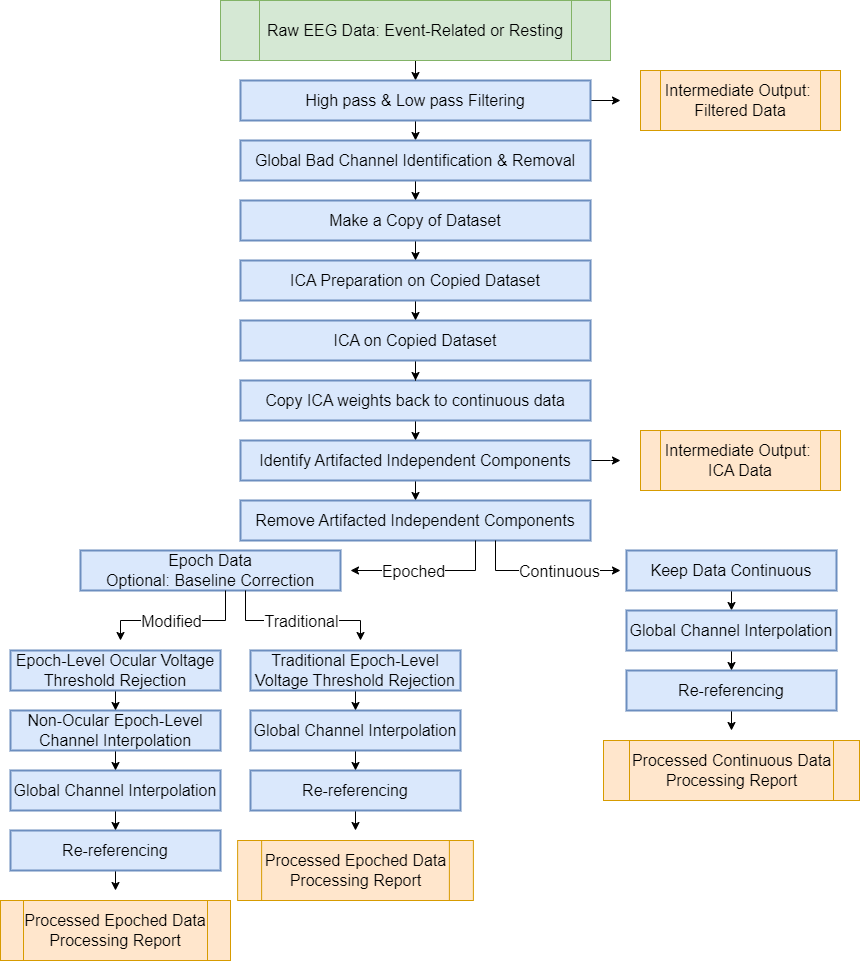
The draw.io diagram docs/source/images/flowchart.png in DCAN-Labs/HBCD-MADE, before a commit. Source tidied: cells renumbered, new cells last; positions are measured from the earlier drawing's top-left corner, leaving out a move shared by most shapes.
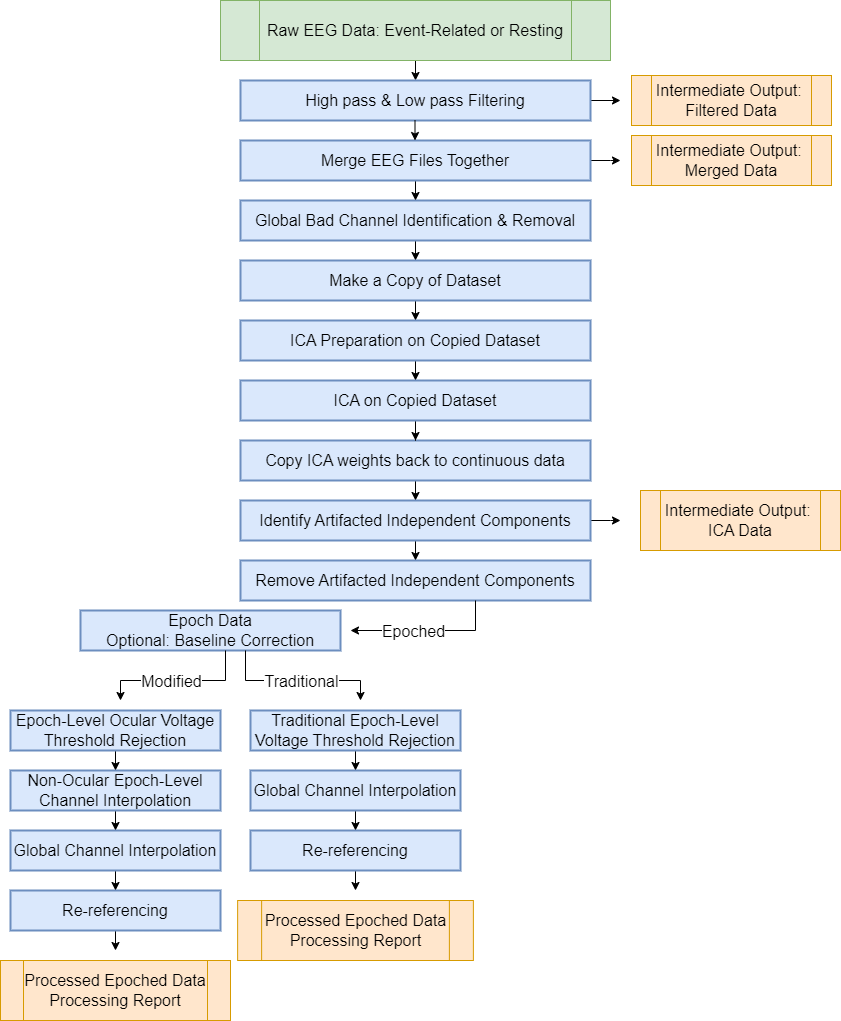
Above is the later version.

Diff of the diagram source:
```diff
@@ -4,19 +4,16 @@
     <mxCell id="1" parent="0" />
     <mxCell id="2" style="edgeStyle=orthogonalEdgeStyle;rounded=0;jettySize=auto;html=1;exitX=0.5;exitY=1;exitDx=0;exitDy=0;entryX=0.5;entryY=0;entryDx=0;entryDy=0;" parent="1" edge="1" target="5">
       <mxGeometry relative="1" as="geometry">
-        <mxPoint x="415" y="60" as="sourcePoint" />
+        <mxPoint x="415" as="sourcePoint" />
       </mxGeometry>
     </mxCell>
-    <mxCell id="3" style="edgeStyle=orthogonalEdgeStyle;rounded=0;jettySize=auto;html=1;exitX=0.5;exitY=1;exitDx=0;exitDy=0;entryX=0.5;entryY=0;entryDx=0;entryDy=0;" parent="1" edge="1" source="5" target="7">
-      <mxGeometry relative="1" as="geometry" />
-    </mxCell>
     <mxCell id="4" style="edgeStyle=orthogonalEdgeStyle;rounded=0;jettySize=auto;html=1;exitX=1;exitY=0.5;exitDx=0;exitDy=0;" parent="1" edge="1" source="5">
       <mxGeometry relative="1" as="geometry">
-        <mxPoint x="620" y="100.3" as="targetPoint" />
+        <mxPoint x="620" y="40.3" as="targetPoint" />
       </mxGeometry>
     </mxCell>
     <mxCell id="5" value="High pass &amp; Low pass Filtering" style="whiteSpace=wrap;strokeWidth=2;fillColor=#dae8fc;strokeColor=#6c8ebf;fontSize=16;" parent="1" vertex="1">
-      <mxGeometry x="240" y="80" width="350" height="40" as="geometry" />
+      <mxGeometry x="240" y="20" width="350" height="40" as="geometry" />
     </mxCell>
     <mxCell id="6" style="edgeStyle=orthogonalEdgeStyle;rounded=0;jettySize=auto;html=1;entryX=0.5;entryY=0;entryDx=0;entryDy=0;" parent="1" edge="1" source="7" target="9">
       <mxGeometry relative="1" as="geometry" />
@@ -62,15 +59,6 @@
     <mxCell id="19" value="ICA on Copied Dataset" style="whiteSpace=wrap;strokeWidth=2;fillColor=#dae8fc;strokeColor=#6c8ebf;fontSize=16;" parent="1" vertex="1">
       <mxGeometry x="240" y="320" width="350" height="40" as="geometry" />
     </mxCell>
-    <mxCell id="20" style="endArrow=classic;html=1;rounded=0;" parent="1" edge="1">
-      <mxGeometry relative="1" as="geometry">
-        <mxPoint x="495" y="570" as="sourcePoint" />
-        <mxPoint x="620" y="570" as="targetPoint" />
-      </mxGeometry>
-    </mxCell>
-    <mxCell id="21" value="Continuous" style="edgeLabel;html=1;align=center;verticalAlign=middle;fontSize=16;" parent="20" vertex="1">
-      <mxGeometry relative="1" as="geometry" />
-    </mxCell>
     <mxCell id="22" style="endArrow=classic;html=1;rounded=0;" parent="1" edge="1">
       <mxGeometry relative="1" as="geometry">
         <mxPoint x="475" y="570" as="sourcePoint" />
@@ -86,20 +74,6 @@
         <mxPoint x="475" y="540" as="targetPoint" />
       </mxGeometry>
     </mxCell>
-    <mxCell id="25" style="endArrow=none;html=1;rounded=0;" parent="1" edge="1">
-      <mxGeometry relative="1" as="geometry">
-        <mxPoint x="495" y="570" as="sourcePoint" />
-        <mxPoint x="495" y="540" as="targetPoint" />
-      </mxGeometry>
-    </mxCell>
-    <mxCell id="26" style="edgeStyle=orthogonalEdgeStyle;rounded=0;jettySize=auto;html=1;" parent="1" edge="1" source="27">
-      <mxGeometry relative="1" as="geometry">
-        <mxPoint x="731" y="610" as="targetPoint" />
-      </mxGeometry>
-    </mxCell>
-    <mxCell id="27" value="Keep Data Continuous" style="whiteSpace=wrap;strokeWidth=2;fontSize=16;fillColor=#dae8fc;strokeColor=#6c8ebf;" parent="1" vertex="1">
-      <mxGeometry x="626" y="550" width="210" height="40" as="geometry" />
-    </mxCell>
     <mxCell id="28" value="Epoch Data&#10;Optional: Baseline Correction" style="whiteSpace=wrap;strokeWidth=2;fillColor=#dae8fc;strokeColor=#6c8ebf;fontSize=16;" parent="1" vertex="1">
       <mxGeometry x="80" y="550" width="260" height="40" as="geometry" />
     </mxCell>
@@ -155,20 +129,6 @@
     <mxCell id="38" value="Traditional Epoch-Level Voltage Threshold Rejection" style="whiteSpace=wrap;strokeWidth=2;fillColor=#dae8fc;strokeColor=#6c8ebf;fontSize=16;" parent="1" vertex="1">
       <mxGeometry x="250" y="650" width="210" height="40" as="geometry" />
     </mxCell>
-    <mxCell id="39" style="edgeStyle=orthogonalEdgeStyle;rounded=0;jettySize=auto;html=1;entryX=0.5;entryY=0;entryDx=0;entryDy=0;" parent="1" edge="1" source="40" target="42">
-      <mxGeometry relative="1" as="geometry" />
-    </mxCell>
-    <mxCell id="40" value="Global Channel Interpolation" style="whiteSpace=wrap;strokeWidth=2;fillColor=#dae8fc;strokeColor=#6c8ebf;fontSize=16;" parent="1" vertex="1">
-      <mxGeometry x="626" y="610" width="210" height="40" as="geometry" />
-    </mxCell>
-    <mxCell id="41" style="edgeStyle=orthogonalEdgeStyle;rounded=0;jettySize=auto;html=1;entryX=0.5;entryY=0;entryDx=0;entryDy=0;" parent="1" edge="1" source="42">
-      <mxGeometry relative="1" as="geometry">
-        <mxPoint x="731" y="730" as="targetPoint" />
-      </mxGeometry>
-    </mxCell>
-    <mxCell id="42" value="Re-referencing" style="whiteSpace=wrap;strokeWidth=2;fillColor=#dae8fc;strokeColor=#6c8ebf;fontSize=16;" parent="1" vertex="1">
-      <mxGeometry x="626" y="670" width="210" height="40" as="geometry" />
-    </mxCell>
     <mxCell id="43" style="edgeStyle=orthogonalEdgeStyle;rounded=0;jettySize=auto;html=1;entryX=0.5;entryY=0;entryDx=0;entryDy=0;" parent="1" edge="1" source="44" target="46">
       <mxGeometry relative="1" as="geometry" />
     </mxCell>
@@ -204,22 +164,41 @@
       <mxGeometry x="250" y="770" width="210" height="40" as="geometry" />
     </mxCell>
     <mxCell id="53" value="&lt;span style=&quot;font-size: 16px;&quot;&gt;Raw EEG Data: Event-Related or Resting&lt;/span&gt;" style="shape=process;whiteSpace=wrap;html=1;backgroundOutline=1;fillColor=#d5e8d4;strokeColor=#82b366;" parent="1" vertex="1">
-      <mxGeometry x="220" width="390" height="60" as="geometry" />
+      <mxGeometry x="220" y="-60" width="390" height="60" as="geometry" />
     </mxCell>
     <mxCell id="54" value="&lt;span style=&quot;font-size: 16px;&quot;&gt;Intermediate Output:&amp;nbsp;&lt;/span&gt;&lt;div&gt;&lt;span style=&quot;font-size: 16px;&quot;&gt;Filtered Data&lt;/span&gt;&lt;/div&gt;" style="shape=process;whiteSpace=wrap;html=1;backgroundOutline=1;fillColor=#ffe6cc;strokeColor=#d79b00;" parent="1" vertex="1">
-      <mxGeometry x="640" y="70" width="200" height="60" as="geometry" />
+      <mxGeometry x="631" y="15" width="200" height="50" as="geometry" />
     </mxCell>
     <mxCell id="55" value="&lt;span style=&quot;font-size: 16px;&quot;&gt;Intermediate Output:&amp;nbsp;&lt;/span&gt;&lt;div&gt;&lt;span style=&quot;font-size: 16px;&quot;&gt;ICA Data&lt;/span&gt;&lt;/div&gt;" style="shape=process;whiteSpace=wrap;html=1;backgroundOutline=1;fillColor=#ffe6cc;strokeColor=#d79b00;" parent="1" vertex="1">
       <mxGeometry x="640" y="430" width="200" height="60" as="geometry" />
     </mxCell>
-    <mxCell id="56" value="&lt;span style=&quot;font-size: 16px;&quot;&gt;Processed Continuous Data&lt;/span&gt;&lt;br style=&quot;padding: 0px; margin: 0px; font-size: 16px;&quot;&gt;&lt;span style=&quot;font-size: 16px;&quot;&gt;Processing Report&lt;/span&gt;" style="shape=process;whiteSpace=wrap;html=1;backgroundOutline=1;fillColor=#ffe6cc;strokeColor=#d79b00;" parent="1" vertex="1">
-      <mxGeometry x="603" y="740" width="256" height="60" as="geometry" />
-    </mxCell>
     <mxCell id="57" value="&lt;span style=&quot;font-size: 16px;&quot;&gt;Processed Epoched Data&lt;/span&gt;&lt;br style=&quot;padding: 0px; margin: 0px; font-size: 16px;&quot;&gt;&lt;span style=&quot;font-size: 16px;&quot;&gt;Processing Report&lt;/span&gt;" style="shape=process;whiteSpace=wrap;html=1;backgroundOutline=1;fillColor=#ffe6cc;strokeColor=#d79b00;" parent="1" vertex="1">
       <mxGeometry x="237.1" y="840" width="235.8" height="60" as="geometry" />
     </mxCell>
     <mxCell id="58" value="&lt;span style=&quot;font-size: 16px;&quot;&gt;Processed Epoched Data&lt;/span&gt;&lt;br style=&quot;padding: 0px; margin: 0px; font-size: 16px;&quot;&gt;&lt;span style=&quot;font-size: 16px;&quot;&gt;Processing Report&lt;/span&gt;" style="shape=process;whiteSpace=wrap;html=1;backgroundOutline=1;fillColor=#ffe6cc;strokeColor=#d79b00;" parent="1" vertex="1">
       <mxGeometry y="900" width="230" height="60" as="geometry" />
     </mxCell>
+    <mxCell id="59" style="edgeStyle=orthogonalEdgeStyle;rounded=0;jettySize=auto;html=1;" parent="1" edge="1" source="61">
+      <mxGeometry relative="1" as="geometry">
+        <mxPoint x="620" y="100" as="targetPoint" />
+      </mxGeometry>
+    </mxCell>
+    <mxCell id="60" style="edgeStyle=orthogonalEdgeStyle;rounded=0;jettySize=auto;html=1;" parent="1" edge="1" source="61">
+      <mxGeometry relative="1" as="geometry">
+        <mxPoint x="415" y="140" as="targetPoint" />
+      </mxGeometry>
+    </mxCell>
+    <mxCell id="61" value="Merge EEG Files Together" style="whiteSpace=wrap;strokeWidth=2;fillColor=#dae8fc;strokeColor=#6c8ebf;fontSize=16;" parent="1" vertex="1">
+      <mxGeometry x="240" y="80" width="350" height="40" as="geometry" />
+    </mxCell>
+    <mxCell id="62" value="&lt;span style=&quot;font-size: 16px;&quot;&gt;Intermediate Output:&amp;nbsp;&lt;/span&gt;&lt;div&gt;&lt;span style=&quot;font-size: 16px;&quot;&gt;Merged Data&lt;/span&gt;&lt;/div&gt;" style="shape=process;whiteSpace=wrap;html=1;backgroundOutline=1;fillColor=#ffe6cc;strokeColor=#d79b00;" parent="1" vertex="1">
+      <mxGeometry x="631" y="75" width="200" height="50" as="geometry" />
+    </mxCell>
+    <mxCell id="63" style="edgeStyle=orthogonalEdgeStyle;rounded=0;orthogonalLoop=1;jettySize=auto;html=1;" parent="1" edge="1">
+      <mxGeometry relative="1" as="geometry">
+        <mxPoint x="414.5" y="60" as="sourcePoint" />
+        <mxPoint x="414.5" y="80" as="targetPoint" />
+      </mxGeometry>
+    </mxCell>
   </root>
 </mxGraphModel>
```
